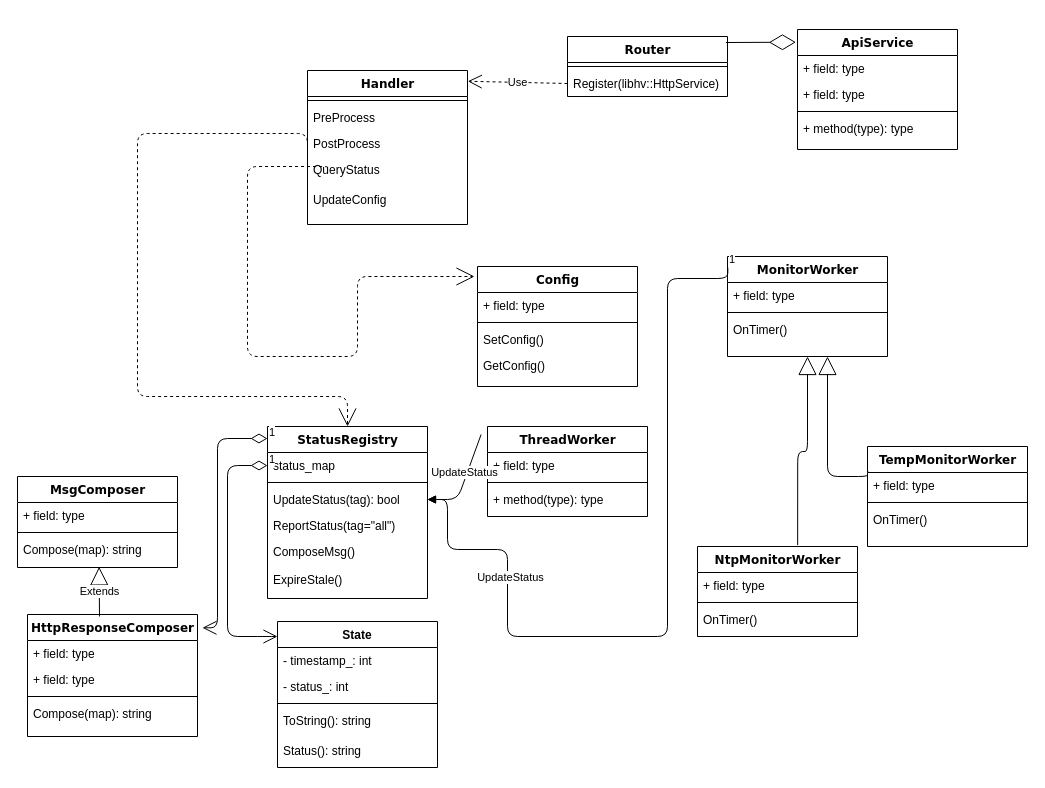
joeshow79/umlchart keeps this draw.io diagram as page "classes" (1 of 2) of httpworker.drawio. Above is the earlier version. Source tidied: cells renumbered, new cells numbered last; positions are measured from the earlier drawing's top-left corner, leaving out a move shared by most shapes. Both pictures are drawn from the tidied source at 100%, with x=0, y=0 at pixel (17, 29).
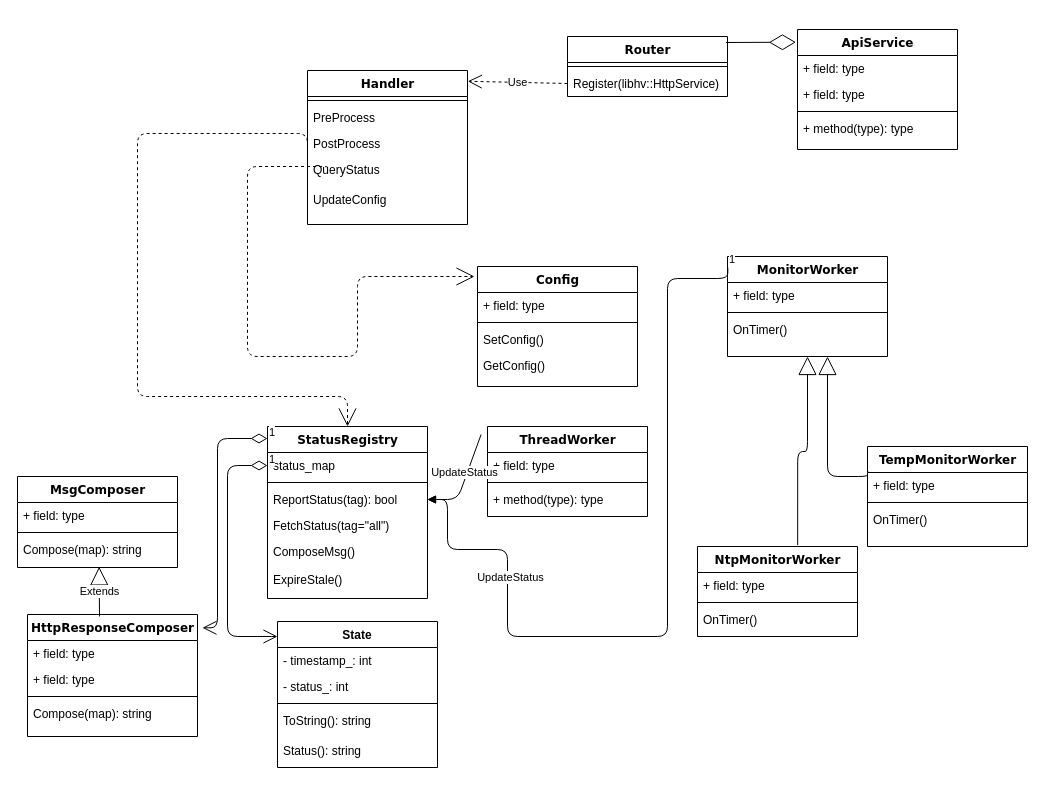
Above is the later version.

The change refers to these unchanged cells:
```xml
<mxCell id="17" value="StatusRegistry" style="swimlane;html=1;fontStyle=1;align=center;verticalAlign=top;horizontal=1;startSize=26;swimlaneFillColor=#ffffff;rounded=0;shadow=0;comic=0;labelBackgroundColor=none;strokeWidth=1;fillColor=none;fontFamily=Verdana;fontSize=12;" parent="1" vertex="1">
  <mxGeometry x="250" y="397" width="160" height="172" as="geometry" />
</mxCell>
```

Diff of the diagram source:
```diff
@@
-    <mxCell id="21" value="UpdateStatus(tag): bool" style="text;html=1;strokeColor=none;fillColor=none;align=left;verticalAlign=top;spacingLeft=4;spacingRight=4;whiteSpace=wrap;overflow=hidden;points=[[0,0.5],[1,0.5]];portConstraint=eastwest;" parent="17" vertex="1">
+    <mxCell id="21" value="ReportStatus(tag): bool" style="text;html=1;strokeColor=none;fillColor=none;align=left;verticalAlign=top;spacingLeft=4;spacingRight=4;whiteSpace=wrap;overflow=hidden;points=[[0,0.5],[1,0.5]];portConstraint=eastwest;" parent="17" vertex="1">
       <mxGeometry y="60" width="160" height="26" as="geometry" />
     </mxCell>
-    <mxCell id="22" value="ReportStatus(tag=&quot;all&quot;)" style="text;html=1;strokeColor=none;fillColor=none;align=left;verticalAlign=top;spacingLeft=4;spacingRight=4;whiteSpace=wrap;overflow=hidden;" parent="17" vertex="1">
+    <mxCell id="22" value="FetchStatus(tag=&quot;all&quot;)" style="text;html=1;strokeColor=none;fillColor=none;align=left;verticalAlign=top;spacingLeft=4;spacingRight=4;whiteSpace=wrap;overflow=hidden;" parent="17" vertex="1">
       <mxGeometry y="86" width="160" height="26" as="geometry" />
     </mxCell>
```
